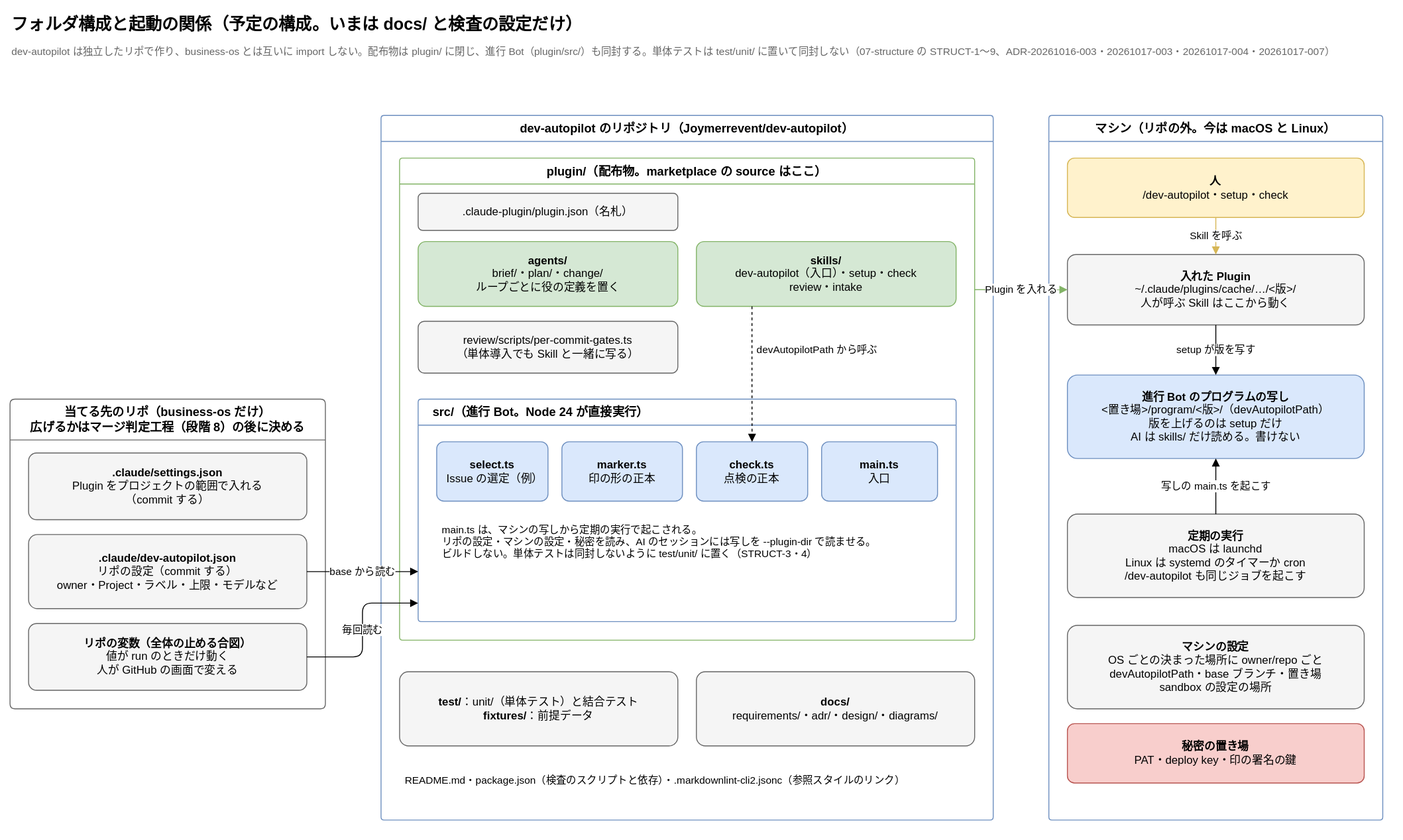
Joymerrevent/dev-autopilot keeps this draw.io diagram as docs/diagrams/structure.drawio.svg. Above is the earlier version. Source tidied: cells renumbered, new cells last; positions are measured from the earlier drawing's top-left corner, leaving out a move shared by most shapes.
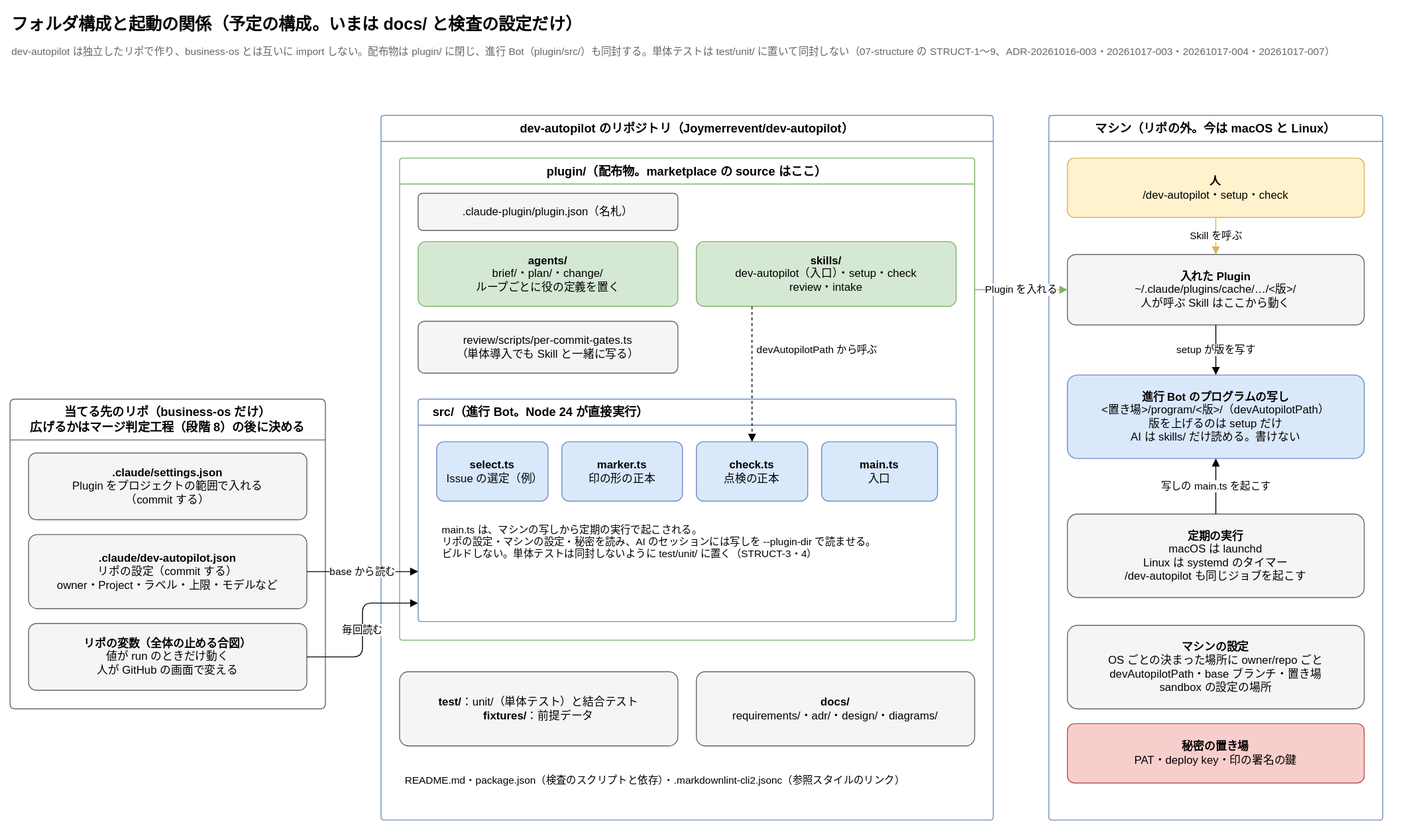
Later version of the same file.

Commit message:
docs: フォルダ構成の図の定期の実行を、systemd のタイマーにそろえる

Claude-Session: https://claude.ai/code/session_01D2kLkcEcZNwH8m2GL2g2Lt

The edit, as a diff of the source:
```diff
@@ -77,7 +77,7 @@
     <mxCell id="26" value="&lt;b&gt;進行 Bot のプログラムの写し&lt;/b&gt;&lt;br&gt;&amp;lt;置き場&amp;gt;/program/&amp;lt;版&amp;gt;/（devAutopilotPath）&lt;br&gt;版を上げるのは setup だけ&lt;br&gt;AI は skills/ だけ読める。書けない" style="rounded=1;whiteSpace=wrap;html=1;fontSize=12;arcSize=12;fillColor=#dae8fc;strokeColor=#6c8ebf;spacing=12;" parent="23" vertex="1">
       <mxGeometry x="20" y="280" width="320" height="90" as="geometry" />
     </mxCell>
-    <mxCell id="27" value="&lt;b&gt;定期の実行&lt;/b&gt;&lt;br&gt;macOS は launchd&lt;br&gt;Linux は systemd のタイマーか cron&lt;br&gt;/dev-autopilot も同じジョブを起こす" style="rounded=1;whiteSpace=wrap;html=1;fontSize=12;arcSize=12;fillColor=#f5f5f5;strokeColor=#666666;spacing=12;" parent="23" vertex="1">
+    <mxCell id="27" value="&lt;b&gt;定期の実行&lt;/b&gt;&lt;br&gt;macOS は launchd&lt;br&gt;Linux は systemd のタイマー&lt;br&gt;/dev-autopilot も同じジョブを起こす" style="rounded=1;whiteSpace=wrap;html=1;fontSize=12;arcSize=12;fillColor=#f5f5f5;strokeColor=#666666;spacing=12;" parent="23" vertex="1">
       <mxGeometry x="20" y="430" width="320" height="90" as="geometry" />
     </mxCell>
     <mxCell id="28" value="&lt;b&gt;マシンの設定&lt;/b&gt;&lt;br&gt;OS ごとの決まった場所に owner/repo ごと&lt;br&gt;devAutopilotPath・base ブランチ・置き場&lt;br&gt;sandbox の設定の場所" style="rounded=1;whiteSpace=wrap;html=1;fontSize=12;arcSize=12;fillColor=#f5f5f5;strokeColor=#666666;spacing=12;" parent="23" vertex="1">
```
